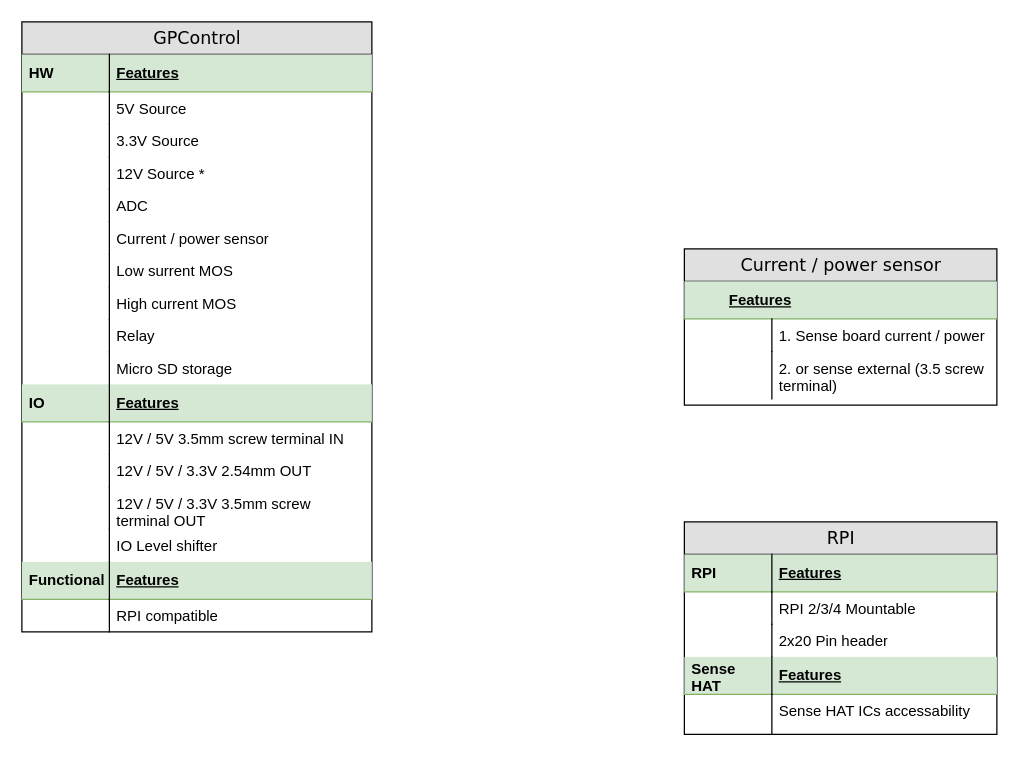
RNLgit/gp-ctrl keeps this draw.io diagram as doc/architecture.drawio. Above is the earlier version. Source tidied: cells renumbered, new cells numbered last; positions are measured from the earlier drawing's top-left corner, leaving out a move shared by most shapes. Both pictures are drawn from the tidied source at 125%, with x=0, y=0 at pixel (21, 21).
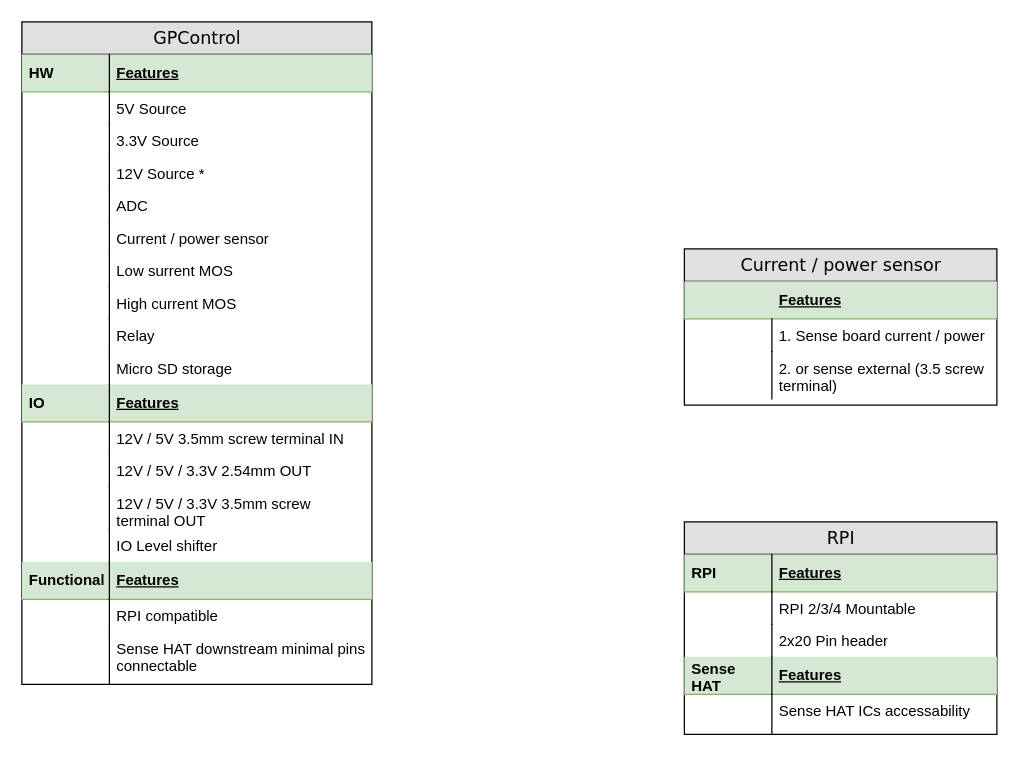
The same page after the edit.

Unchanged cells that the change refers to:
```xml
<mxCell id="48" value="Current / power sensor" style="swimlane;html=1;fontStyle=0;horizontal=1;startSize=26;fillColor=#e0e0e0;swimlaneFillColor=#ffffff;align=center;rounded=0;shadow=0;comic=0;labelBackgroundColor=none;strokeWidth=1;fontFamily=Verdana;fontSize=14;" parent="1" vertex="1">
  <mxGeometry x="530" y="181.5" width="250" height="125" as="geometry" />
</mxCell>
```

The edit, as a diff of the source:
```diff
@@
     <mxCell id="2" value="GPControl" style="swimlane;html=1;fontStyle=0;horizontal=1;startSize=26;fillColor=#e0e0e0;swimlaneFillColor=#ffffff;align=center;rounded=0;shadow=0;comic=0;labelBackgroundColor=none;strokeWidth=1;fontFamily=Verdana;fontSize=14;" parent="1" vertex="1">
-      <mxGeometry width="280" height="488" as="geometry" />
+      <mxGeometry width="280" height="530" as="geometry" />
     </mxCell>
@@
+    <mxCell id="54" value="&lt;blockquote style=&quot;margin: 0 0 0 40px; border: none; padding: 0px;&quot;&gt;Sense HAT downstream minimal pins&lt;/blockquote&gt;&lt;blockquote style=&quot;margin: 0 0 0 40px; border: none; padding: 0px;&quot;&gt;connectable&lt;/blockquote&gt;" style="shape=partialRectangle;top=0;left=0;right=0;bottom=0;html=1;align=left;verticalAlign=top;fillColor=none;spacingLeft=34;spacingRight=4;whiteSpace=wrap;overflow=hidden;" parent="2" vertex="1">
+      <mxGeometry y="488" width="280" height="42" as="geometry" />
+    </mxCell>
+    <mxCell id="55" style="shape=partialRectangle;top=0;left=0;bottom=0;html=1;fillColor=none;align=left;verticalAlign=top;spacingLeft=4;spacingRight=4;whiteSpace=wrap;overflow=hidden;" parent="54" vertex="1">
+      <mxGeometry width="70" height="42" as="geometry" />
+    </mxCell>
@@
-    <mxCell id="49" value="&lt;span style=&quot;background-color: initial;&quot;&gt;Features&lt;/span&gt;" style="shape=partialRectangle;top=0;left=0;right=0;bottom=1;html=1;align=left;verticalAlign=middle;fillColor=#d5e8d4;spacingLeft=34;spacingRight=4;whiteSpace=wrap;overflow=hidden;fontStyle=5;strokeColor=#82b366;" parent="48" vertex="1">
+    <mxCell id="49" value="&lt;blockquote style=&quot;margin: 0 0 0 40px; border: none; padding: 0px;&quot;&gt;&lt;span style=&quot;background-color: initial;&quot;&gt;Features&lt;/span&gt;&lt;/blockquote&gt;" style="shape=partialRectangle;top=0;left=0;right=0;bottom=1;html=1;align=left;verticalAlign=middle;fillColor=#d5e8d4;spacingLeft=34;spacingRight=4;whiteSpace=wrap;overflow=hidden;fontStyle=5;strokeColor=#82b366;" parent="48" vertex="1">
       <mxGeometry y="26" width="250" height="30" as="geometry" />
     </mxCell>
```
